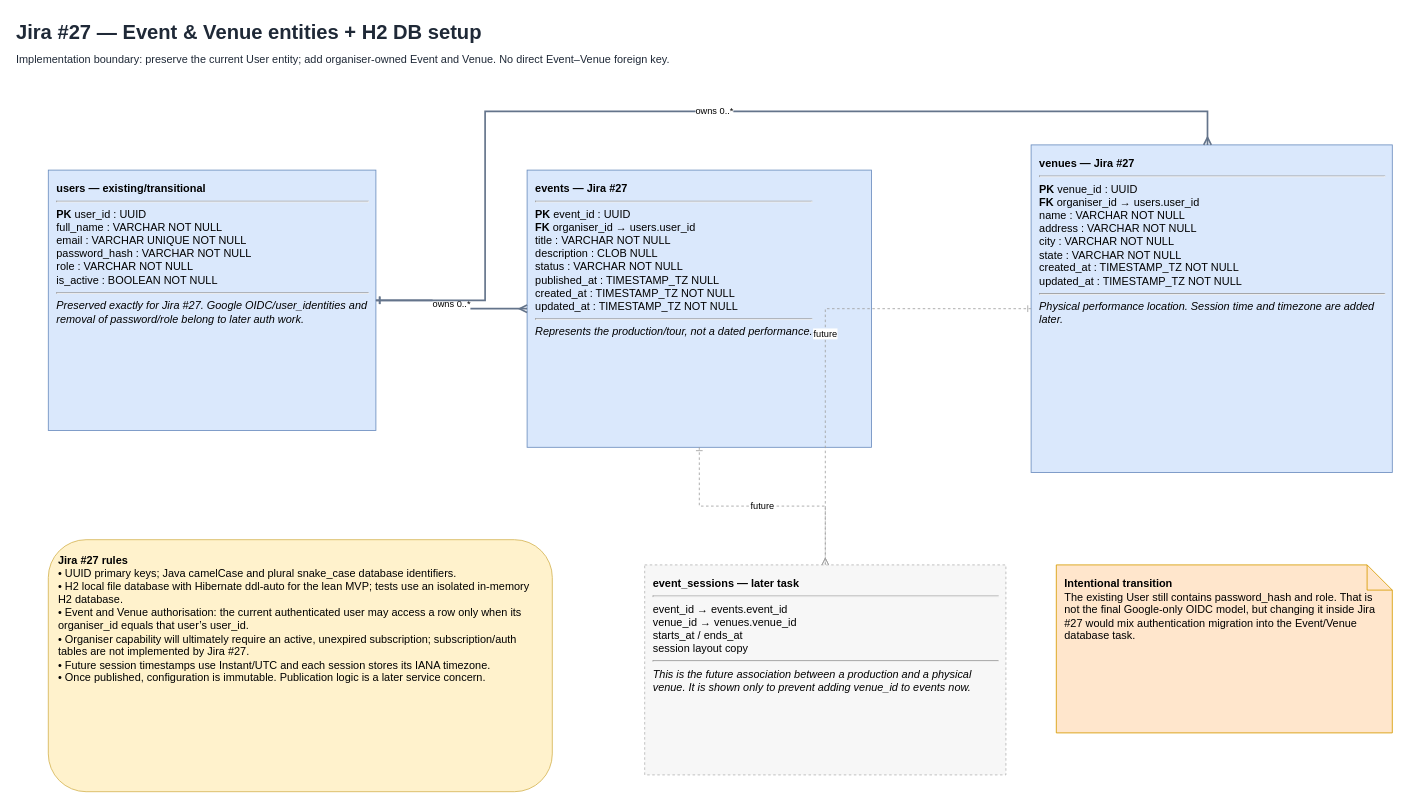
Above: page "Jira 27 Implementation Slice" (2 of 2) of docs/event-ticketing-mvp-erd.drawio in samaaaaaad/ooaf-deployment-perch (draw.io), before the change. Source tidied: cells renumbered, new cells numbered last; positions are measured from the earlier drawing's top-left corner, leaving out a move shared by most shapes. Both pictures are drawn from the tidied source at 84%, with x=0, y=0 at pixel (14, 14).
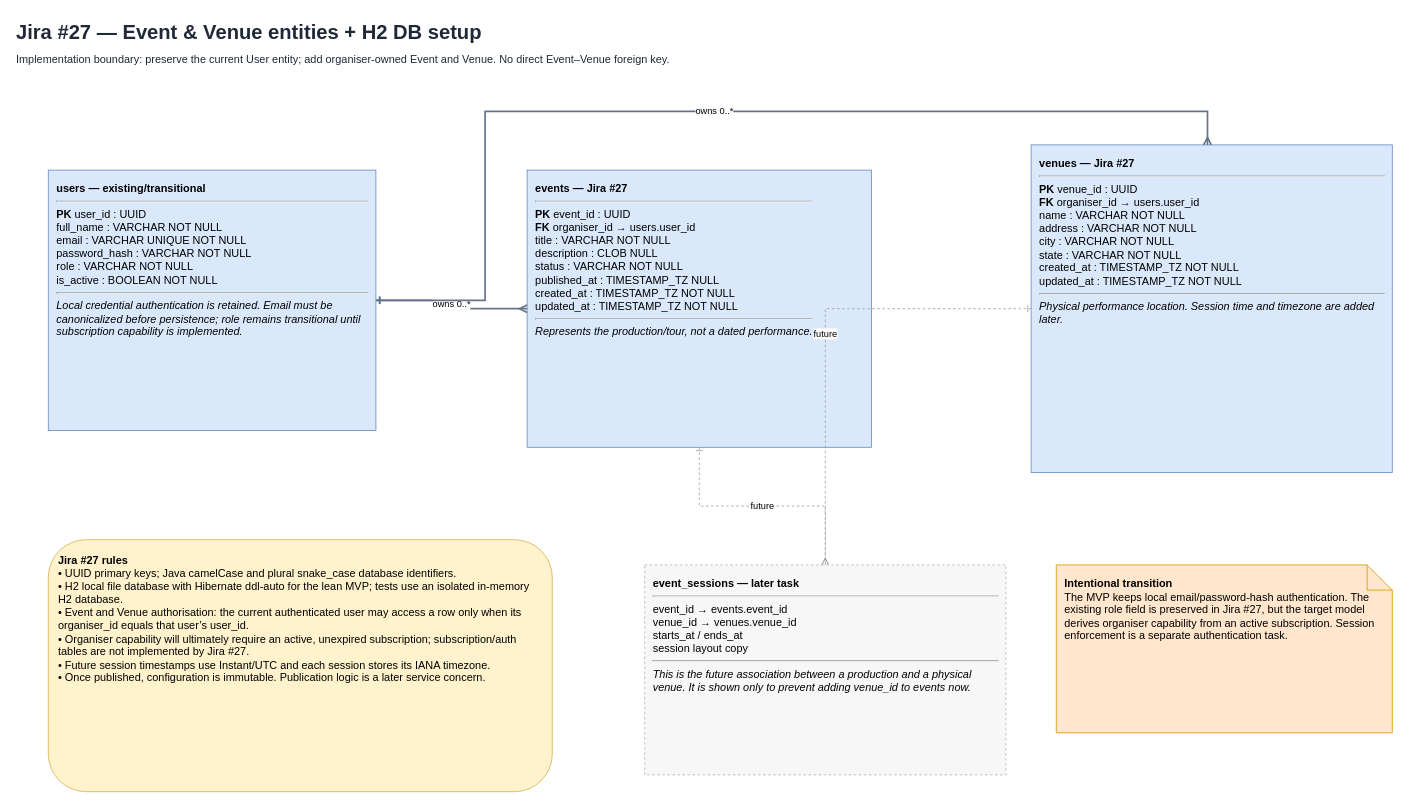
Above is the later version.

Commit message (it also covers changes not shown here):
docs: align ERD and local authentication decisions

What changed in the source:
```diff
@@
 <mxGraphModel>
   <root>
     <mxCell id="0" />
     <mxCell id="1" parent="0" />
     <mxCell id="2" value="&lt;b&gt;Jira #27 — Event &amp;amp; Venue entities + H2 DB setup&lt;/b&gt;&lt;br&gt;&lt;font style=&quot;font-size:13px&quot;&gt;Implementation boundary: preserve the current User entity; add organiser-owned Event and Venue. No direct Event–Venue foreign key.&lt;/font&gt;" style="text;html=1;align=left;verticalAlign=middle;fontSize=24;fontColor=#1F2937;" parent="1" vertex="1">
       <mxGeometry width="1500" height="70" as="geometry" />
     </mxCell>
-    <mxCell id="3" value="&lt;b&gt;users — existing/transitional&lt;/b&gt;&lt;hr&gt;&lt;b&gt;PK&lt;/b&gt; user_id : UUID&lt;br&gt;full_name : VARCHAR NOT NULL&lt;br&gt;email : VARCHAR UNIQUE NOT NULL&lt;br&gt;password_hash : VARCHAR NOT NULL&lt;br&gt;role : VARCHAR NOT NULL&lt;br&gt;is_active : BOOLEAN NOT NULL&lt;hr&gt;&lt;i&gt;Preserved exactly for Jira #27. Google OIDC/user_identities and removal of password/role belong to later auth work.&lt;/i&gt;" style="rounded=0;whiteSpace=wrap;html=1;align=left;verticalAlign=top;spacing=10;fillColor=#dae8fc;strokeColor=#6c8ebf;fontSize=13;" parent="1" vertex="1">
+    <mxCell id="3" value="&lt;b&gt;users — existing/transitional&lt;/b&gt;&lt;hr&gt;&lt;b&gt;PK&lt;/b&gt; user_id : UUID&lt;br&gt;full_name : VARCHAR NOT NULL&lt;br&gt;email : VARCHAR UNIQUE NOT NULL&lt;br&gt;password_hash : VARCHAR NOT NULL&lt;br&gt;role : VARCHAR NOT NULL&lt;br&gt;is_active : BOOLEAN NOT NULL&lt;hr&gt;&lt;i&gt;Local credential authentication is retained. Email must be canonicalized before persistence; role remains transitional until subscription capability is implemented.&lt;/i&gt;" style="rounded=0;whiteSpace=wrap;html=1;align=left;verticalAlign=top;spacing=10;fillColor=#dae8fc;strokeColor=#6c8ebf;fontSize=13;" parent="1" vertex="1">
       <mxGeometry x="40" y="185" width="390" height="310" as="geometry" />
     </mxCell>
     <mxCell id="4" value="&lt;b&gt;events — Jira #27&lt;/b&gt;&lt;hr&gt;&lt;b&gt;PK&lt;/b&gt; event_id : UUID&lt;br&gt;&lt;b&gt;FK&lt;/b&gt; organiser_id → users.user_id&lt;br&gt;title : VARCHAR NOT NULL&lt;br&gt;description : CLOB NULL&lt;br&gt;status : VARCHAR NOT NULL&lt;br&gt;published_at : TIMESTAMP_TZ NULL&lt;br&gt;created_at : TIMESTAMP_TZ NOT NULL&lt;br&gt;updated_at : TIMESTAMP_TZ NOT NULL&lt;hr&gt;&lt;i&gt;Represents the production/tour, not a dated performance.&lt;/i&gt;" style="rounded=0;whiteSpace=wrap;html=1;align=left;verticalAlign=top;spacing=10;fillColor=#dae8fc;strokeColor=#6c8ebf;fontSize=13;" parent="1" vertex="1">
       <mxGeometry x="610" y="185" width="410" height="330" as="geometry" />
     </mxCell>
     <mxCell id="5" value="&lt;b&gt;venues — Jira #27&lt;/b&gt;&lt;hr&gt;&lt;b&gt;PK&lt;/b&gt; venue_id : UUID&lt;br&gt;&lt;b&gt;FK&lt;/b&gt; organiser_id → users.user_id&lt;br&gt;name : VARCHAR NOT NULL&lt;br&gt;address : VARCHAR NOT NULL&lt;br&gt;city : VARCHAR NOT NULL&lt;br&gt;state : VARCHAR NOT NULL&lt;br&gt;created_at : TIMESTAMP_TZ NOT NULL&lt;br&gt;updated_at : TIMESTAMP_TZ NOT NULL&lt;hr&gt;&lt;i&gt;Physical performance location. Session time and timezone are added later.&lt;/i&gt;" style="rounded=0;whiteSpace=wrap;html=1;align=left;verticalAlign=top;spacing=10;fillColor=#dae8fc;strokeColor=#6c8ebf;fontSize=13;" parent="1" vertex="1">
       <mxGeometry x="1210" y="155" width="430" height="390" as="geometry" />
     </mxCell>
     <mxCell id="6" value="&lt;b&gt;event_sessions — later task&lt;/b&gt;&lt;hr&gt;event_id → events.event_id&lt;br&gt;venue_id → venues.venue_id&lt;br&gt;starts_at / ends_at&lt;br&gt;session layout copy&lt;hr&gt;&lt;i&gt;This is the future association between a production and a physical venue. It is shown only to prevent adding venue_id to events now.&lt;/i&gt;" style="rounded=0;whiteSpace=wrap;html=1;align=left;verticalAlign=top;spacing=10;fillColor=#f5f5f5;strokeColor=#a0a0a0;dashed=1;fontSize=13;opacity=75;" parent="1" vertex="1">
       <mxGeometry x="750" y="655" width="430" height="250" as="geometry" />
     </mxCell>
     <mxCell id="7" value="&lt;b&gt;Jira #27 rules&lt;/b&gt;&lt;br&gt;• UUID primary keys; Java camelCase and plural snake_case database identifiers.&lt;br&gt;• H2 local file database with Hibernate ddl-auto for the lean MVP; tests use an isolated in-memory H2 database.&lt;br&gt;• Event and Venue authorisation: the current authenticated user may access a row only when its organiser_id equals that user’s user_id.&lt;br&gt;• Organiser capability will ultimately require an active, unexpired subscription; subscription/auth tables are not implemented by Jira #27.&lt;br&gt;• Future session timestamps use Instant/UTC and each session stores its IANA timezone.&lt;br&gt;• Once published, configuration is immutable. Publication logic is a later service concern." style="rounded=1;whiteSpace=wrap;html=1;align=left;verticalAlign=top;spacing=12;fillColor=#fff2cc;strokeColor=#d6b656;fontSize=13;" parent="1" vertex="1">
       <mxGeometry x="40" y="625" width="600" height="300" as="geometry" />
     </mxCell>
-    <mxCell id="8" value="&lt;b&gt;Intentional transition&lt;/b&gt;&lt;br&gt;The existing User still contains password_hash and role. That is not the final Google-only OIDC model, but changing it inside Jira #27 would mix authentication migration into the Event/Venue database task." style="shape=note;whiteSpace=wrap;html=1;backgroundOutline=1;fillColor=#ffe6cc;strokeColor=#d79b00;align=left;verticalAlign=top;spacing=10;fontSize=13;" parent="1" vertex="1">
+    <mxCell id="8" value="&lt;b&gt;Intentional transition&lt;/b&gt;&lt;br&gt;The MVP keeps local email/password-hash authentication. The existing role field is preserved in Jira #27, but the target model derives organiser capability from an active subscription. Session enforcement is a separate authentication task." style="shape=note;whiteSpace=wrap;html=1;backgroundOutline=1;fillColor=#ffe6cc;strokeColor=#d79b00;align=left;verticalAlign=top;spacing=10;fontSize=13;" parent="1" vertex="1">
       <mxGeometry x="1240" y="655" width="400" height="200" as="geometry" />
     </mxCell>
     <mxCell id="9" value="owns 0..*" style="edgeStyle=orthogonalEdgeStyle;rounded=0;jettySize=auto;html=1;startArrow=ERone;startFill=0;endArrow=ERmany;endFill=0;strokeColor=#64748b;strokeWidth=2;" parent="1" edge="1" source="3" target="4">
       <mxGeometry relative="1" as="geometry" />
     </mxCell>
     <mxCell id="10" value="owns 0..*" style="edgeStyle=orthogonalEdgeStyle;rounded=0;jettySize=auto;html=1;startArrow=ERone;startFill=0;endArrow=ERmany;endFill=0;strokeColor=#64748b;strokeWidth=2;" parent="1" edge="1" source="3" target="5">
       <mxGeometry relative="1" as="geometry">
         <Array as="points">
           <mxPoint x="560" y="115" />
           <mxPoint x="1420" y="115" />
         </Array>
       </mxGeometry>
     </mxCell>
     <mxCell id="11" value="future" style="edgeStyle=orthogonalEdgeStyle;rounded=0;jettySize=auto;html=1;startArrow=ERone;startFill=0;endArrow=ERmany;endFill=0;strokeColor=#a0a0a0;dashed=1;" parent="1" edge="1" source="4" target="6">
       <mxGeometry relative="1" as="geometry" />
     </mxCell>
     <mxCell id="12" value="future" style="edgeStyle=orthogonalEdgeStyle;rounded=0;jettySize=auto;html=1;startArrow=ERone;startFill=0;endArrow=ERmany;endFill=0;strokeColor=#a0a0a0;dashed=1;" parent="1" edge="1" source="5" target="6">
       <mxGeometry relative="1" as="geometry" />
     </mxCell>
   </root>
 </mxGraphModel>
```
